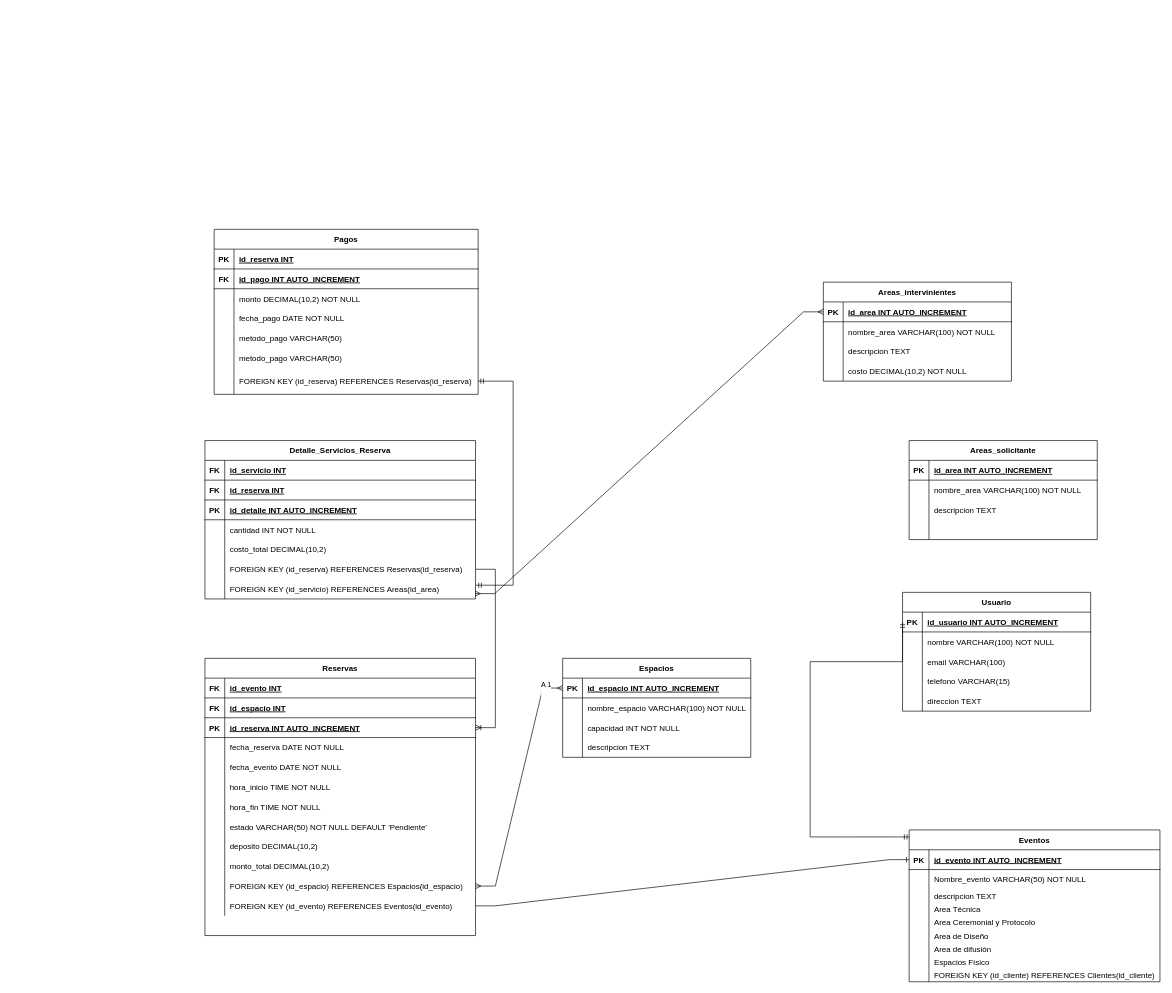
The draw.io diagram Diagrama sin título.drawio in JonathanUrquiza/DER, before the edit. Source tidied: cells renumbered, new cells numbered last; positions are measured from the earlier drawing's top-left corner, leaving out a move shared by most shapes. Both pictures are drawn from the tidied source at 66%, with x=0, y=0 at pixel (130, 229).
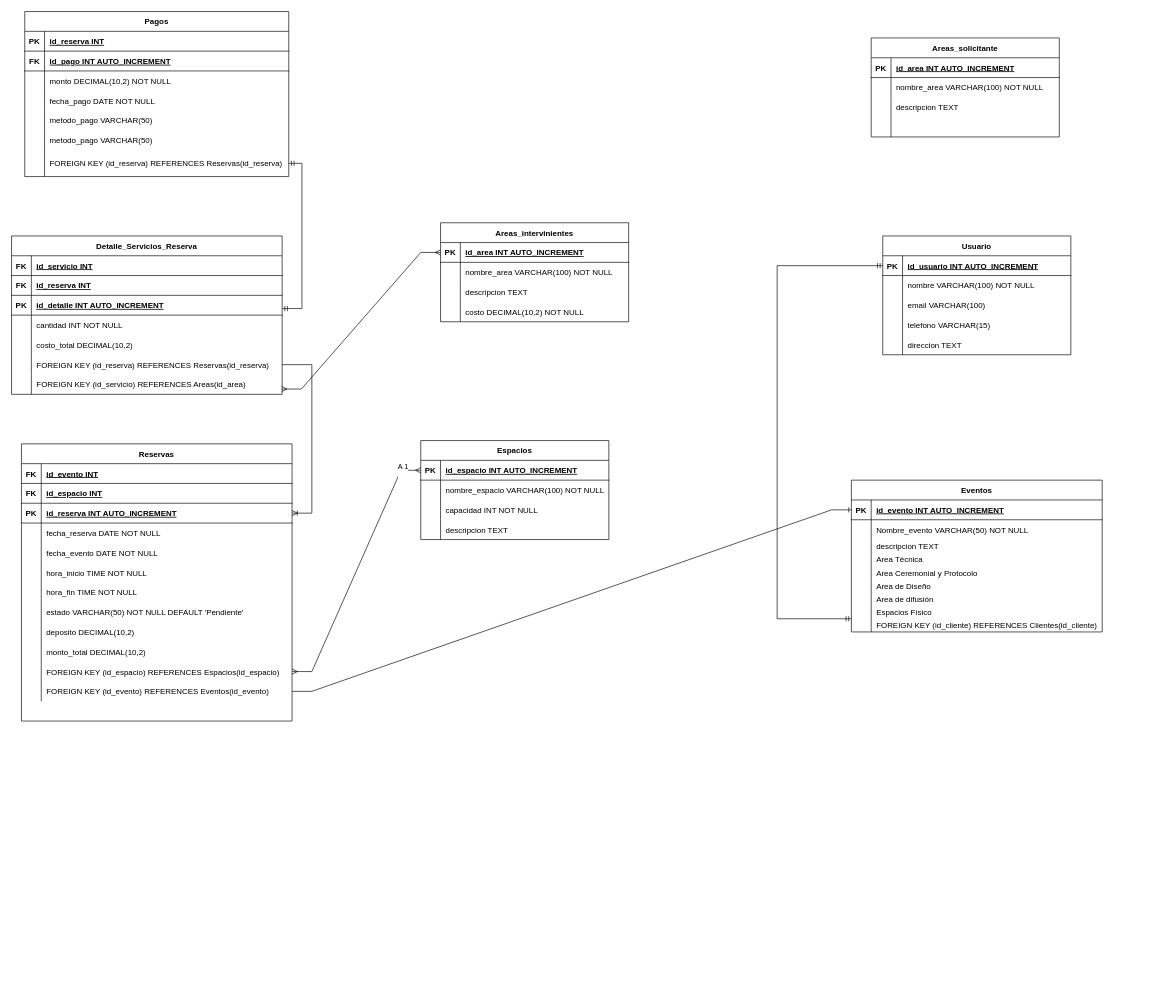
The same page after the edit.

The change refers to these unchanged cells:
```xml
<mxCell id="4" style="shape=tableRow;horizontal=0;startSize=0;swimlaneHead=0;swimlaneBody=0;fillColor=none;points=[[0,0.5],[1,0.5]];portConstraint=eastwest;strokeColor=inherit;top=0;left=0;right=0;bottom=1;" parent="3" vertex="1">
  <mxGeometry y="30" width="285" height="30" as="geometry" />
</mxCell>
<mxCell id="57" style="shape=tableRow;horizontal=0;startSize=0;swimlaneHead=0;swimlaneBody=0;fillColor=none;points=[[0,0.5],[1,0.5]];portConstraint=eastwest;strokeColor=inherit;top=0;left=0;right=0;bottom=0;" parent="32" vertex="1">
  <mxGeometry y="210" width="380" height="20" as="geometry" />
</mxCell>
<mxCell id="67" style="shape=tableRow;horizontal=0;startSize=0;swimlaneHead=0;swimlaneBody=0;fillColor=none;points=[[0,0.5],[1,0.5]];portConstraint=eastwest;strokeColor=inherit;top=0;left=0;right=0;bottom=1;" parent="60" vertex="1">
  <mxGeometry y="90" width="410" height="30" as="geometry" />
</mxCell>
<mxCell id="116" style="shape=tableRow;horizontal=0;startSize=0;swimlaneHead=0;swimlaneBody=0;fillColor=none;points=[[0,0.5],[1,0.5]];portConstraint=eastwest;strokeColor=inherit;top=0;left=0;right=0;bottom=0;" parent="97" vertex="1">
  <mxGeometry y="210" width="400" height="40" as="geometry" />
</mxCell>
<mxCell id="139" style="shape=tableRow;horizontal=0;startSize=0;swimlaneHead=0;swimlaneBody=0;fillColor=none;points=[[0,0.5],[1,0.5]];portConstraint=eastwest;strokeColor=inherit;top=0;left=0;right=0;bottom=1;" parent="132" vertex="1">
  <mxGeometry y="90" width="410" height="30" as="geometry" />
</mxCell>
<mxCell id="148" style="shape=tableRow;horizontal=0;startSize=0;swimlaneHead=0;swimlaneBody=0;fillColor=none;points=[[0,0.5],[1,0.5]];portConstraint=eastwest;strokeColor=inherit;top=0;left=0;right=0;bottom=0;" parent="132" vertex="1">
  <mxGeometry y="180" width="410" height="30" as="geometry" />
</mxCell>
<mxCell id="151" style="shape=tableRow;horizontal=0;startSize=0;swimlaneHead=0;swimlaneBody=0;fillColor=none;points=[[0,0.5],[1,0.5]];portConstraint=eastwest;strokeColor=inherit;top=0;left=0;right=0;bottom=0;" parent="132" vertex="1">
  <mxGeometry y="210" width="410" height="30" as="geometry" />
</mxCell>
```

The edit, as a diff of the source:
```diff
@@
-    <mxCell id="2" style="fontSize=12;html=1;endArrow=ERmandOne;startArrow=ERmandOne;rounded=0;exitX=1.002;exitY=0.306;exitDx=0;exitDy=0;entryX=1;entryY=0.5;entryDx=0;entryDy=0;edgeStyle=orthogonalEdgeStyle;exitPerimeter=0;" parent="1" edge="1" source="151" target="116">
+    <mxCell id="2" style="fontSize=12;html=1;endArrow=ERmandOne;startArrow=ERmandOne;rounded=0;entryX=1;entryY=0.5;entryDx=0;entryDy=0;edgeStyle=orthogonalEdgeStyle;" parent="1" edge="1" source="139" target="116">
       <mxGeometry relative="1" as="geometry">
         <Array as="points">
-          <mxPoint x="580" y="539" />
-          <mxPoint x="580" y="230" />
+          <mxPoint x="260" y="120" />
+          <mxPoint x="260" y="-100" />
         </Array>
       </mxGeometry>
     </mxCell>
     <mxCell id="3" value="Usuario" style="shape=table;startSize=30;childLayout=tableLayout;rowLines=0;fontStyle=1;align=center;" parent="1" vertex="1">
-      <mxGeometry x="1170" y="550" width="285" height="180" as="geometry" />
+      <mxGeometry x="1140" y="10" width="285" height="180" as="geometry" />
     </mxCell>
@@
     <mxCell id="19" value="Espacios" style="shape=table;startSize=30;childLayout=tableLayout;rowLines=0;fontStyle=1;align=center;" parent="1" vertex="1">
-      <mxGeometry x="655" y="650" width="285" height="150" as="geometry" />
+      <mxGeometry x="440" y="320" width="285" height="150" as="geometry" />
     </mxCell>
@@
     <mxCell id="32" value="Eventos" style="shape=table;startSize=30;childLayout=tableLayout;rowLines=0;fontStyle=1;align=center;strokeWidth=1;" parent="1" vertex="1">
-      <mxGeometry x="1180" y="910" width="380" height="230" as="geometry" />
+      <mxGeometry x="1092.5" y="380" width="380" height="230" as="geometry" />
     </mxCell>
@@
     <mxCell id="60" value="Reservas" style="shape=table;startSize=30;childLayout=tableLayout;rowLines=0;fontStyle=1;align=center;" parent="1" vertex="1">
-      <mxGeometry x="113" y="650" width="410" height="420" as="geometry" />
+      <mxGeometry x="-165" y="325" width="410" height="420" as="geometry" />
     </mxCell>
@@
     <mxCell id="97" value="Pagos" style="shape=table;startSize=30;childLayout=tableLayout;rowLines=0;fontStyle=1;align=center;" parent="1" vertex="1">
-      <mxGeometry x="127" width="400" height="250" as="geometry" />
+      <mxGeometry x="-160" y="-330" width="400" height="250" as="geometry" />
     </mxCell>
@@
     <mxCell id="119" value="Areas_intervinientes" style="shape=table;startSize=30;childLayout=tableLayout;rowLines=0;fontStyle=1;align=center;" parent="1" vertex="1">
-      <mxGeometry x="1050" y="80" width="285" height="150" as="geometry" />
+      <mxGeometry x="470" y="-10" width="285" height="150" as="geometry" />
     </mxCell>
@@
     <mxCell id="132" value="Detalle_Servicios_Reserva" style="shape=table;startSize=30;childLayout=tableLayout;rowLines=0;fontStyle=1;align=center;" parent="1" vertex="1">
-      <mxGeometry x="113" y="320" width="410" height="240" as="geometry" />
+      <mxGeometry x="-180" y="10" width="410" height="240" as="geometry" />
     </mxCell>
@@
-    <mxCell id="157" style="edgeStyle=entityRelationEdgeStyle;fontSize=12;html=1;endArrow=ERoneToMany;rounded=0;exitX=1;exitY=0.5;exitDx=0;exitDy=0;entryX=1;entryY=0.5;entryDx=0;entryDy=0;" parent="1" edge="1" source="148" target="67">
+    <mxCell id="157" style="edgeStyle=entityRelationEdgeStyle;fontSize=12;html=1;endArrow=ERoneToMany;rounded=0;exitX=1;exitY=0.5;exitDx=0;exitDy=0;" parent="1" edge="1" source="148" target="67">
       <mxGeometry relative="1" as="geometry">
         <Array as="points">
           <mxPoint x="560" y="580" />
           <mxPoint y="134" />
           <mxPoint x="570" y="600" />
           <mxPoint x="540" y="700" />
           <mxPoint x="510" y="700" />
         </Array>
       </mxGeometry>
     </mxCell>
@@
-    <mxCell id="159" style="edgeStyle=orthogonalEdgeStyle;fontSize=12;html=1;endArrow=ERmandOne;startArrow=ERmandOne;rounded=0;entryX=0;entryY=0.5;entryDx=0;entryDy=0;strokeWidth=1;exitX=0.002;exitY=0.046;exitDx=0;exitDy=0;exitPerimeter=0;" parent="1" edge="1" source="32" target="4">
+    <mxCell id="159" style="edgeStyle=orthogonalEdgeStyle;fontSize=12;html=1;endArrow=ERmandOne;startArrow=ERmandOne;rounded=0;strokeWidth=1;" parent="1" edge="1" source="57" target="4">
       <mxGeometry relative="1" as="geometry">
         <Array as="points">
-          <mxPoint x="1030" y="921" />
-          <mxPoint x="1030" y="655" />
-          <mxPoint x="1170" y="655" />
+          <mxPoint x="980" y="590" />
+          <mxPoint x="980" y="55" />
         </Array>
       </mxGeometry>
     </mxCell>
     <mxCell id="160" value="Areas_solicitante" style="shape=table;startSize=30;childLayout=tableLayout;rowLines=0;fontStyle=1;align=center;" parent="1" vertex="1">
-      <mxGeometry x="1180" y="320" width="285" height="150" as="geometry" />
+      <mxGeometry x="1122.5" y="-290" width="285" height="150" as="geometry" />
     </mxCell>
```
